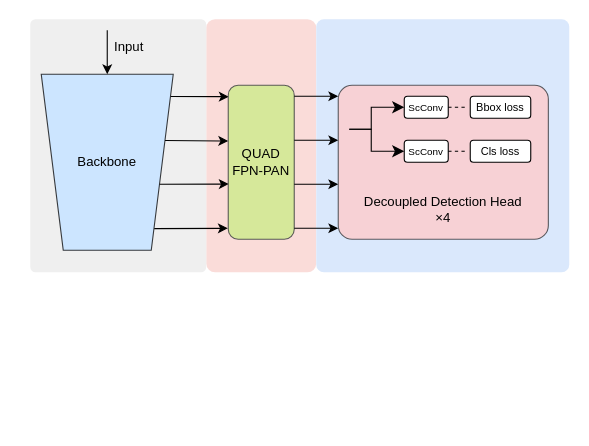
ThrowYouARem/d2l-zh keeps this draw.io diagram as 未命名绘图.drawio. Above is the earlier version. Source tidied: cells renumbered, new cells numbered last; positions are measured from the earlier drawing's top-left corner, leaving out a move shared by most shapes. Both pictures are drawn from the tidied source at 110%, with x=0, y=0 at pixel (30, 19).
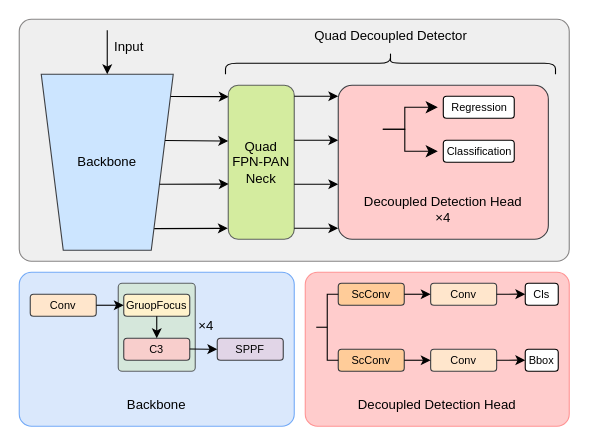
After the change.

Commit message:
更新未命名绘图.drawio

Diff of the diagram source:
```diff
@@
+    <mxCell id="3" value="&lt;div&gt;&lt;br&gt;&lt;/div&gt;&lt;div&gt;&lt;br&gt;&lt;/div&gt;&lt;div&gt;&lt;br&gt;&lt;/div&gt;&lt;div&gt;&lt;br&gt;&lt;/div&gt;&lt;div&gt;&lt;br&gt;&lt;/div&gt;&lt;div&gt;&lt;br&gt;&lt;/div&gt;&lt;div&gt;&lt;br&gt;&lt;/div&gt;Backbone" style="rounded=1;whiteSpace=wrap;html=1;arcSize=8;fillColor=#dae8fc;strokeColor=#73aaf7;" parent="1" vertex="1">
+      <mxGeometry x="-10" y="230" width="250" height="140" as="geometry" />
+    </mxCell>
-    <mxCell id="2" style="rounded=1;whiteSpace=wrap;html=1;arcSize=8;fillColor=#fad9d5;strokeColor=none;opacity=90;" parent="1" vertex="1">
-      <mxGeometry x="160" width="100" height="230" as="geometry" />
+    <mxCell id="2" value="&lt;div&gt;&lt;br&gt;&lt;/div&gt;&lt;div&gt;&lt;br&gt;&lt;/div&gt;&lt;div&gt;&lt;br&gt;&lt;/div&gt;&lt;div&gt;&lt;br&gt;&lt;/div&gt;&lt;div&gt;&lt;br&gt;&lt;/div&gt;&lt;div&gt;&lt;br&gt;&lt;/div&gt;&lt;div&gt;&lt;br&gt;&lt;/div&gt;Decoupled Detection Head" style="rounded=1;whiteSpace=wrap;html=1;arcSize=8;fillColor=#ffcccc;strokeColor=#ff9494;" parent="1" vertex="1">
+      <mxGeometry x="250" y="230" width="240" height="140" as="geometry" />
     </mxCell>
-    <mxCell id="3" style="rounded=1;whiteSpace=wrap;html=1;arcSize=3;fillColor=#dae8fc;strokeColor=none;" parent="1" vertex="1">
-      <mxGeometry x="260" width="230" height="230" as="geometry" />
-    </mxCell>
-    <mxCell id="4" style="rounded=1;whiteSpace=wrap;html=1;arcSize=3;fillColor=#eeeeee;strokeColor=none;opacity=90;" parent="1" vertex="1">
-      <mxGeometry width="160" height="230" as="geometry" />
+    <mxCell id="4" value="&lt;div style=&quot;text-align: justify;&quot;&gt;&lt;br&gt;&lt;/div&gt;" style="rounded=1;whiteSpace=wrap;html=1;arcSize=5;fillColor=#eeeeee;strokeColor=#7c7979;opacity=90;align=center;" parent="1" vertex="1">
+      <mxGeometry x="-10" width="500" height="220" as="geometry" />
     </mxCell>
-    <mxCell id="5" style="shape=trapezoid;perimeter=trapezoidPerimeter;whiteSpace=wrap;html=1;fixedSize=1;rotation=-180;align=center;fillColor=#cce5ff;strokeColor=#36393d;" parent="1" vertex="1">
+    <mxCell id="5" style="shape=trapezoid;perimeter=trapezoidPerimeter;whiteSpace=wrap;html=1;fixedSize=1;rotation=-180;align=center;fillColor=#cce5ff;strokeColor=#3d3f43;" parent="1" vertex="1">
       <mxGeometry x="10" y="50" width="120" height="160" as="geometry" />
     </mxCell>
+    <mxCell id="28" style="rounded=1;whiteSpace=wrap;html=1;fillColor=#d5e8d4;strokeColor=#3D3F43;opacity=80;arcSize=5;" parent="1" vertex="1">
+      <mxGeometry x="80" y="240" width="70" height="80" as="geometry" />
+    </mxCell>
@@
-    <mxCell id="10" value="&lt;div&gt;QUAD&lt;/div&gt;&lt;div&gt;FPN-PAN&lt;/div&gt;" style="rounded=1;whiteSpace=wrap;html=1;fillColor=#cdeb8b;strokeColor=#36393d;opacity=80;" parent="1" vertex="1">
+    <mxCell id="10" value="&lt;div&gt;Quad&lt;/div&gt;&lt;div&gt;FPN-PAN&lt;/div&gt;&lt;div&gt;Neck&lt;/div&gt;" style="rounded=1;whiteSpace=wrap;html=1;fillColor=#cdeb8b;strokeColor=#3d3f43;opacity=80;" parent="1" vertex="1">
       <mxGeometry x="180" y="60" width="60" height="140" as="geometry" />
     </mxCell>
@@
-    <mxCell id="19" value="&lt;div style=&quot;&quot;&gt;&lt;br&gt;&lt;/div&gt;&lt;div style=&quot;&quot;&gt;&lt;br&gt;&lt;/div&gt;&lt;div style=&quot;&quot;&gt;&lt;br&gt;&lt;/div&gt;&lt;div style=&quot;&quot;&gt;&lt;br&gt;&lt;/div&gt;&lt;div style=&quot;&quot;&gt;&lt;br&gt;&lt;/div&gt;&lt;div style=&quot;&quot;&gt;&lt;br&gt;&lt;/div&gt;&lt;div style=&quot;&quot;&gt;Decoupled Detection Head&lt;/div&gt;&lt;div style=&quot;&quot;&gt;×4&lt;br&gt;&lt;/div&gt;" style="rounded=1;whiteSpace=wrap;html=1;align=center;fillColor=#ffcccc;strokeColor=#36393d;glass=0;shadow=0;arcSize=9;opacity=80;" parent="1" vertex="1">
+    <mxCell id="19" value="&lt;div style=&quot;&quot;&gt;&lt;br&gt;&lt;/div&gt;&lt;div style=&quot;&quot;&gt;&lt;br&gt;&lt;/div&gt;&lt;div style=&quot;&quot;&gt;&lt;br&gt;&lt;/div&gt;&lt;div style=&quot;&quot;&gt;&lt;br&gt;&lt;/div&gt;&lt;div style=&quot;&quot;&gt;&lt;br&gt;&lt;/div&gt;&lt;div style=&quot;&quot;&gt;&lt;br&gt;&lt;/div&gt;&lt;div style=&quot;&quot;&gt;Decoupled Detection Head&lt;/div&gt;&lt;div style=&quot;&quot;&gt;×4&lt;br&gt;&lt;/div&gt;" style="rounded=1;whiteSpace=wrap;html=1;align=center;fillColor=#ffcccc;strokeColor=#3d3f43;glass=0;shadow=0;arcSize=9;" parent="1" vertex="1">
       <mxGeometry x="280" y="60" width="191" height="140" as="geometry" />
     </mxCell>
     <mxCell id="20" style="edgeStyle=elbowEdgeStyle;elbow=horizontal;endArrow=classic;html=1;curved=0;rounded=0;endSize=8;startSize=8;" parent="1" edge="1">
       <mxGeometry relative="1" as="geometry">
-        <mxPoint x="290" y="100" as="sourcePoint" />
-        <mxPoint x="340" y="120" as="targetPoint" />
+        <mxPoint x="320.5" y="100" as="sourcePoint" />
+        <mxPoint x="370.5" y="120" as="targetPoint" />
         <Array as="points">
-          <mxPoint x="310" y="110" />
+          <mxPoint x="340.5" y="110" />
         </Array>
       </mxGeometry>
     </mxCell>
-    <mxCell id="21" value="&lt;font style=&quot;font-size: 10px;&quot;&gt;Bbox loss&lt;/font&gt;" style="rounded=1;whiteSpace=wrap;html=1;" parent="1" vertex="1">
-      <mxGeometry x="400" y="70" width="55" height="20" as="geometry" />
+    <mxCell id="21" value="&lt;font style=&quot;font-size: 10px;&quot;&gt;Regression&lt;/font&gt;" style="rounded=1;whiteSpace=wrap;html=1;" parent="1" vertex="1">
+      <mxGeometry x="375.5" y="70" width="64.5" height="20" as="geometry" />
     </mxCell>
-    <mxCell id="22" value="&lt;font style=&quot;font-size: 10px;&quot;&gt;Cls loss&lt;/font&gt;" style="rounded=1;whiteSpace=wrap;html=1;" parent="1" vertex="1">
-      <mxGeometry x="400" y="110" width="55" height="20" as="geometry" />
+    <mxCell id="22" value="&lt;font style=&quot;font-size: 10px;&quot;&gt;Classification&lt;/font&gt;" style="rounded=1;whiteSpace=wrap;html=1;" parent="1" vertex="1">
+      <mxGeometry x="375.5" y="110" width="64.5" height="20" as="geometry" />
     </mxCell>
     <mxCell id="23" style="edgeStyle=elbowEdgeStyle;elbow=horizontal;endArrow=classic;html=1;curved=0;rounded=0;endSize=8;startSize=8;" parent="1" edge="1">
       <mxGeometry relative="1" as="geometry">
-        <mxPoint x="290" y="100" as="sourcePoint" />
-        <mxPoint x="340" y="80" as="targetPoint" />
+        <mxPoint x="320.5" y="100" as="sourcePoint" />
+        <mxPoint x="370.5" y="80" as="targetPoint" />
         <Array as="points">
-          <mxPoint x="310" y="90" />
+          <mxPoint x="340.5" y="90" />
         </Array>
       </mxGeometry>
     </mxCell>
-    <mxCell id="24" value="&lt;font style=&quot;font-size: 9px;&quot;&gt;ScConv&lt;/font&gt;" style="rounded=1;whiteSpace=wrap;html=1;" parent="1" vertex="1">
-      <mxGeometry x="340" y="70" width="40" height="20" as="geometry" />
-    </mxCell>
-    <mxCell id="25" value="&lt;font style=&quot;font-size: 9px;&quot;&gt;ScConv&lt;/font&gt;" style="rounded=1;whiteSpace=wrap;html=1;" parent="1" vertex="1">
-      <mxGeometry x="340" y="110" width="40" height="20" as="geometry" />
-    </mxCell>
-    <mxCell id="26" style="endArrow=none;html=1;rounded=0;entryX=0;entryY=0.5;entryDx=0;entryDy=0;exitX=1;exitY=0.5;exitDx=0;exitDy=0;dashed=1;" parent="1" edge="1" source="24">
-      <mxGeometry relative="1" as="geometry">
-        <mxPoint x="395" y="80" as="targetPoint" />
-      </mxGeometry>
-    </mxCell>
-    <mxCell id="27" style="endArrow=none;html=1;rounded=0;entryX=0;entryY=0.5;entryDx=0;entryDy=0;exitX=1;exitY=0.5;exitDx=0;exitDy=0;dashed=1;" parent="1" edge="1" source="25">
-      <mxGeometry relative="1" as="geometry">
-        <mxPoint x="395" y="120" as="targetPoint" />
-      </mxGeometry>
-    </mxCell>
+    <mxCell id="29" value="&lt;font style=&quot;font-size: 10px;&quot;&gt;GruopFocus&lt;/font&gt;" style="rounded=1;whiteSpace=wrap;html=1;fillColor=#fff2cc;strokeColor=#3d3f43;" parent="1" vertex="1">
+      <mxGeometry x="85" y="250" width="60" height="20" as="geometry" />
+    </mxCell>
+    <mxCell id="30" value="&lt;span style=&quot;font-size: 10px;&quot;&gt;Conv&lt;/span&gt;" style="rounded=1;whiteSpace=wrap;html=1;fillColor=#ffe6cc;strokeColor=#3d3f43;" parent="1" vertex="1">
+      <mxGeometry y="250" width="60" height="20" as="geometry" />
+    </mxCell>
+    <mxCell id="31" value="&lt;font style=&quot;font-size: 10px;&quot;&gt;SPPF&lt;/font&gt;" style="rounded=1;whiteSpace=wrap;html=1;fillColor=#e1d5e7;strokeColor=#3d3f43;" parent="1" vertex="1">
+      <mxGeometry x="170" y="290" width="60" height="20" as="geometry" />
+    </mxCell>
+    <mxCell id="32" value="&lt;font style=&quot;font-size: 10px;&quot;&gt;C3&lt;/font&gt;" style="rounded=1;whiteSpace=wrap;html=1;fillColor=#f8cecc;strokeColor=#3d3f43;" parent="1" vertex="1">
+      <mxGeometry x="85" y="290" width="60" height="20" as="geometry" />
+    </mxCell>
+    <mxCell id="33" value="×4" style="text;strokeColor=none;align=center;fillColor=none;html=1;verticalAlign=middle;whiteSpace=wrap;rounded=0;" parent="1" vertex="1">
+      <mxGeometry x="130" y="264.1" width="60" height="30" as="geometry" />
+    </mxCell>
+    <mxCell id="34" style="endArrow=classic;html=1;rounded=0;" parent="1" edge="1">
+      <mxGeometry relative="1" as="geometry">
+        <mxPoint x="60" y="260" as="sourcePoint" />
+        <mxPoint x="85" y="260" as="targetPoint" />
+      </mxGeometry>
+    </mxCell>
+    <mxCell id="35" style="endArrow=classic;html=1;rounded=0;exitX=1;exitY=0.5;exitDx=0;exitDy=0;" parent="1" edge="1">
+      <mxGeometry relative="1" as="geometry">
+        <mxPoint x="145" y="299.8" as="sourcePoint" />
+        <mxPoint x="170" y="300" as="targetPoint" />
+      </mxGeometry>
+    </mxCell>
+    <mxCell id="36" style="endArrow=classic;html=1;rounded=0;exitX=0.5;exitY=1;exitDx=0;exitDy=0;entryX=0.5;entryY=0;entryDx=0;entryDy=0;" parent="1" edge="1" source="29" target="32">
+      <mxGeometry relative="1" as="geometry" />
+    </mxCell>
+    <mxCell id="37" value="&lt;span style=&quot;font-size: 10px;&quot;&gt;Conv&lt;/span&gt;" style="rounded=1;whiteSpace=wrap;html=1;fillColor=#ffe6cc;strokeColor=#3d3f43;" parent="1" vertex="1">
+      <mxGeometry x="364" y="240" width="60" height="20" as="geometry" />
+    </mxCell>
+    <mxCell id="38" value="&lt;font style=&quot;font-size: 10px;&quot;&gt;ScConv&lt;/font&gt;" style="rounded=1;whiteSpace=wrap;html=1;fillColor=#ffcc99;strokeColor=#36393d;" parent="1" vertex="1">
+      <mxGeometry x="280" y="240" width="60" height="20" as="geometry" />
+    </mxCell>
+    <mxCell id="39" style="endArrow=classic;html=1;rounded=0;entryX=0;entryY=0.5;entryDx=0;entryDy=0;" parent="1" edge="1" target="37">
+      <mxGeometry relative="1" as="geometry">
+        <mxPoint x="340" y="250" as="sourcePoint" />
+      </mxGeometry>
+    </mxCell>
+    <mxCell id="40" value="&lt;span style=&quot;font-size: 10px;&quot;&gt;ScConv&lt;/span&gt;" style="rounded=1;whiteSpace=wrap;html=1;fillColor=#ffcc99;strokeColor=#36393d;" parent="1" vertex="1">
+      <mxGeometry x="280" y="300" width="60" height="20" as="geometry" />
+    </mxCell>
+    <mxCell id="41" value="&lt;span style=&quot;font-size: 10px;&quot;&gt;Conv&lt;/span&gt;" style="rounded=1;whiteSpace=wrap;html=1;fillColor=#ffe6cc;strokeColor=#3d3f43;" parent="1" vertex="1">
+      <mxGeometry x="364" y="300" width="60" height="20" as="geometry" />
+    </mxCell>
+    <mxCell id="42" style="endArrow=classic;html=1;rounded=0;entryX=0;entryY=0.5;entryDx=0;entryDy=0;" parent="1" edge="1" target="41">
+      <mxGeometry relative="1" as="geometry">
+        <mxPoint x="340" y="310" as="sourcePoint" />
+      </mxGeometry>
+    </mxCell>
+    <mxCell id="43" value="&lt;span style=&quot;font-size: 10px;&quot;&gt;Cls&lt;/span&gt;" style="rounded=1;whiteSpace=wrap;html=1;" parent="1" vertex="1">
+      <mxGeometry x="450" y="240" width="30" height="20" as="geometry" />
+    </mxCell>
+    <mxCell id="44" value="&lt;span style=&quot;font-size: 10px;&quot;&gt;Bbox&lt;/span&gt;" style="rounded=1;whiteSpace=wrap;html=1;" parent="1" vertex="1">
+      <mxGeometry x="450" y="300" width="30" height="20" as="geometry" />
+    </mxCell>
+    <mxCell id="45" style="endArrow=classic;html=1;rounded=0;entryX=0;entryY=0.5;entryDx=0;entryDy=0;exitX=1;exitY=0.5;exitDx=0;exitDy=0;" parent="1" edge="1" source="37">
+      <mxGeometry relative="1" as="geometry">
+        <mxPoint x="450" y="249.9" as="targetPoint" />
+      </mxGeometry>
+    </mxCell>
+    <mxCell id="46" style="endArrow=classic;html=1;rounded=0;entryX=0;entryY=0.5;entryDx=0;entryDy=0;exitX=1;exitY=0.5;exitDx=0;exitDy=0;" parent="1" edge="1" source="41">
+      <mxGeometry relative="1" as="geometry">
+        <mxPoint x="450" y="309.9" as="targetPoint" />
+      </mxGeometry>
+    </mxCell>
+    <mxCell id="47" style="strokeWidth=1;html=1;shape=mxgraph.flowchart.annotation_2;align=left;labelPosition=right;" parent="1" vertex="1">
+      <mxGeometry x="260" y="250" width="20" height="60" as="geometry" />
+    </mxCell>
+    <mxCell id="48" value="Quad Decoupled Detector" style="text;strokeColor=none;align=center;fillColor=none;html=1;verticalAlign=middle;whiteSpace=wrap;rounded=0;" parent="1" vertex="1">
+      <mxGeometry x="247.5" width="160" height="30" as="geometry" />
+    </mxCell>
+    <mxCell id="49" style="shape=curlyBracket;whiteSpace=wrap;html=1;rounded=1;flipH=1;labelPosition=right;verticalLabelPosition=middle;align=left;verticalAlign=middle;rotation=-90;" parent="1" vertex="1">
+      <mxGeometry x="317.5" y="-110" width="20" height="300" as="geometry" />
+    </mxCell>
```
